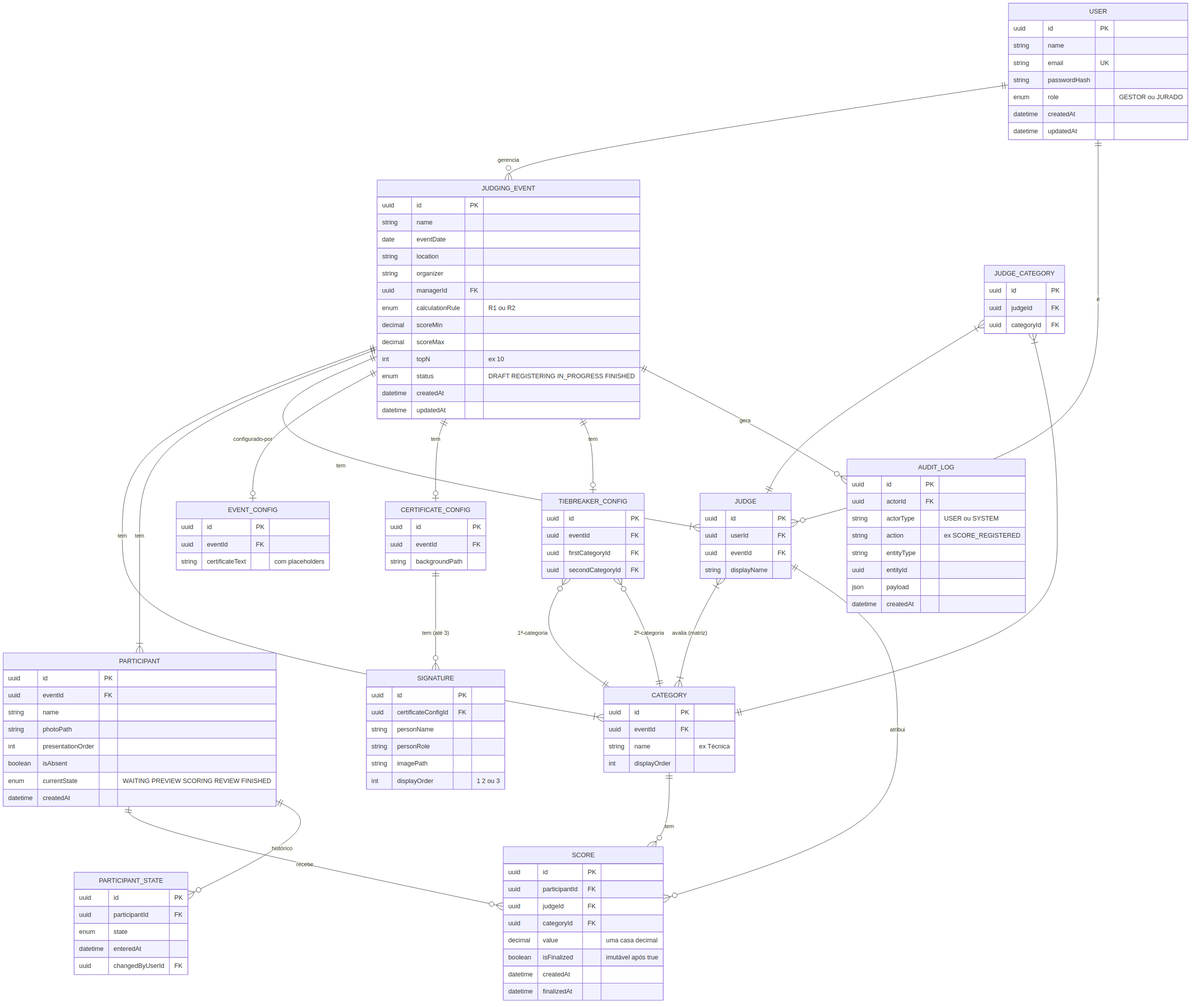
This is docs/02-modelo-dominio.png from bfbrug/sistema-julgamento, a Mermaid export, as it was before one commit. Its source is kept beside it as docs/02-modelo-dominio.mmd. Its diagram source:
```mermaid
erDiagram
    USER ||--o{ JUDGING_EVENT : "gerencia"
    USER ||--o{ JUDGE : "é"

    JUDGING_EVENT ||--|{ CATEGORY : "tem"
    JUDGING_EVENT ||--|{ PARTICIPANT : "tem"
    JUDGING_EVENT ||--|{ JUDGE : "tem"
    JUDGING_EVENT ||--o| EVENT_CONFIG : "configurado-por"
    JUDGING_EVENT ||--o| CERTIFICATE_CONFIG : "tem"
    JUDGING_EVENT ||--o| TIEBREAKER_CONFIG : "tem"
    JUDGING_EVENT ||--o{ AUDIT_LOG : "gera"

    JUDGE }|--|{ CATEGORY : "avalia (matriz)"
    JUDGE_CATEGORY }|--|| JUDGE : ""
    JUDGE_CATEGORY }|--|| CATEGORY : ""

    PARTICIPANT ||--o{ SCORE : "recebe"
    JUDGE ||--o{ SCORE : "atribui"
    CATEGORY ||--o{ SCORE : "tem"

    PARTICIPANT ||--o{ PARTICIPANT_STATE : "histórico"

    CERTIFICATE_CONFIG ||--o{ SIGNATURE : "tem (até 3)"

    TIEBREAKER_CONFIG }o--|| CATEGORY : "1ª-categoria"
    TIEBREAKER_CONFIG }o--|| CATEGORY : "2ª-categoria"

    USER {
        uuid id PK
        string name
        string email UK
        string passwordHash
        enum role "GESTOR ou JURADO"
        datetime createdAt
        datetime updatedAt
    }

    JUDGING_EVENT {
        uuid id PK
        string name
        date eventDate
        string location
        string organizer
        uuid managerId FK
        enum calculationRule "R1 ou R2"
        decimal scoreMin
        decimal scoreMax
        int topN "ex 10"
        enum status "DRAFT REGISTERING IN_PROGRESS FINISHED"
        datetime createdAt
        datetime updatedAt
    }

    CATEGORY {
        uuid id PK
        uuid eventId FK
        string name "ex Técnica"
        int displayOrder
    }

    JUDGE {
        uuid id PK
        uuid userId FK
        uuid eventId FK
        string displayName
    }

    JUDGE_CATEGORY {
        uuid id PK
        uuid judgeId FK
        uuid categoryId FK
    }

    PARTICIPANT {
        uuid id PK
        uuid eventId FK
        string name
        string photoPath
        int presentationOrder
        boolean isAbsent
        enum currentState "WAITING PREVIEW SCORING REVIEW FINISHED"
        datetime createdAt
    }

    SCORE {
        uuid id PK
        uuid participantId FK
        uuid judgeId FK
        uuid categoryId FK
        decimal value "uma casa decimal"
        boolean isFinalized "imutável após true"
        datetime createdAt
        datetime finalizedAt
    }

    PARTICIPANT_STATE {
        uuid id PK
        uuid participantId FK
        enum state
        datetime enteredAt
        uuid changedByUserId FK
    }

    EVENT_CONFIG {
        uuid id PK
        uuid eventId FK
        string certificateText "com placeholders"
    }

    TIEBREAKER_CONFIG {
        uuid id PK
        uuid eventId FK
        uuid firstCategoryId FK
        uuid secondCategoryId FK
    }

    CERTIFICATE_CONFIG {
        uuid id PK
        uuid eventId FK
        string backgroundPath
    }

    SIGNATURE {
        uuid id PK
        uuid certificateConfigId FK
        string personName
        string personRole
        string imagePath
        int displayOrder "1 2 ou 3"
    }

    AUDIT_LOG {
        uuid id PK
        uuid actorId FK
        string actorType "USER ou SYSTEM"
        string action "ex SCORE_REGISTERED"
        string entityType
        uuid entityId
        json payload
        datetime createdAt
    }
```
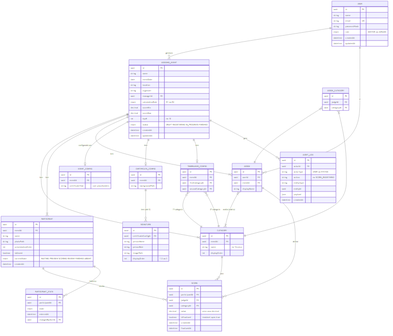
Later version of the same file.

The edit, as a diff of the source:
```diff
@@ -78,7 +78,7 @@
         string photoPath
         int presentationOrder
         boolean isAbsent
-        enum currentState "WAITING PREVIEW SCORING REVIEW FINISHED"
+        enum currentState "WAITING PREVIEW SCORING REVIEW FINISHED ABSENT"
         datetime createdAt
     }
 
```
